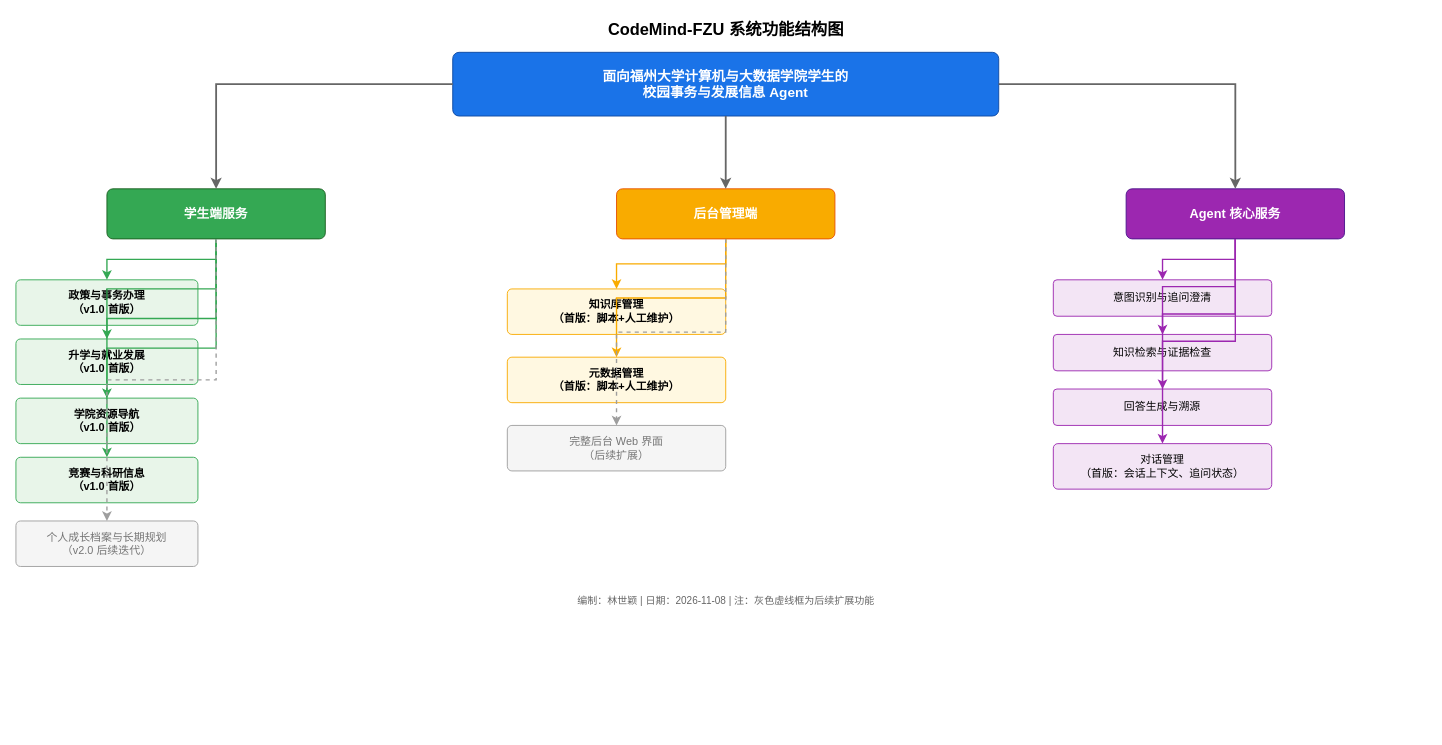
Before: docs/assignment-02/system-design/diagrams/function/系统功能结构图_林世颖.drawio in yz-Yezi-Genm/CodeMind-FZU, a draw.io diagram. Source tidied: cells renumbered, new cells numbered last; positions are measured from the earlier drawing's top-left corner, leaving out a move shared by most shapes. Both pictures are drawn from the tidied source at 91%, with x=0, y=0 at pixel (15, 15).
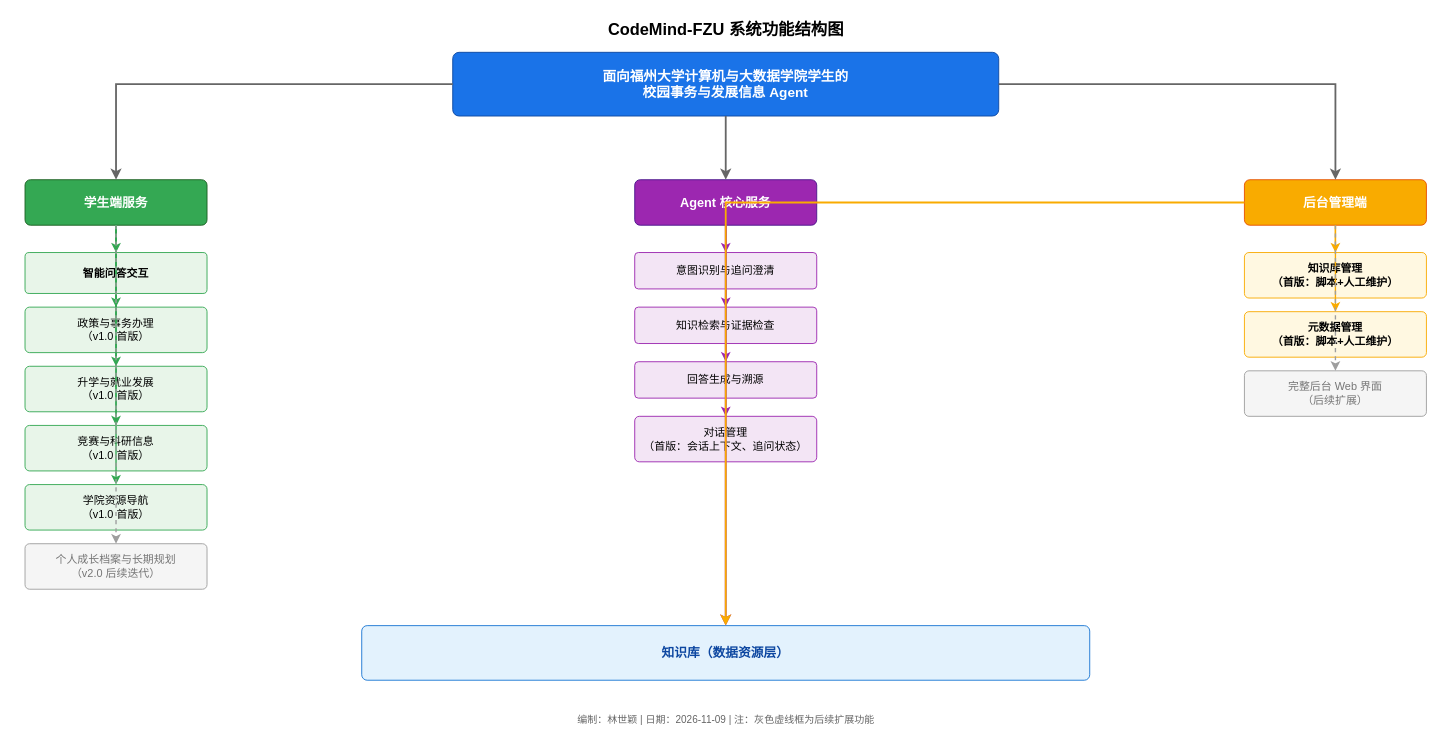
After the change.

Commit message:
docs: 更新功能结构图及模块职责说明

Unchanged cells that the change refers to:
```xml
<mxCell id="3" value="面向福州大学计算机与大数据学院学生的&#10;校园事务与发展信息 Agent" style="rounded=1;whiteSpace=wrap;html=1;fillColor=#1a73e8;strokeColor=#0d47a1;fontColor=#ffffff;fontSize=15;fontStyle=1;arcSize=10;" parent="1" vertex="1">
  <mxGeometry x="480" y="40" width="600" height="70" as="geometry" />
</mxCell>
```

The edit, as a diff of the source:
```diff
@@
     <mxCell id="4" value="学生端服务" style="rounded=1;whiteSpace=wrap;html=1;fillColor=#34a853;strokeColor=#1b5e20;fontColor=#ffffff;fontSize=14;fontStyle=1;arcSize=12;" parent="1" vertex="1">
-      <mxGeometry x="100" y="190" width="240" height="55" as="geometry" />
+      <mxGeometry x="10" y="180" width="200" height="50" as="geometry" />
     </mxCell>
+    <mxCell id="6" value="Agent 核心服务" style="rounded=1;whiteSpace=wrap;html=1;fillColor=#9c27b0;strokeColor=#4a148c;fontColor=#ffffff;fontSize=14;fontStyle=1;arcSize=12;" parent="1" vertex="1">
+      <mxGeometry x="680" y="180" width="200" height="50" as="geometry" />
+    </mxCell>
     <mxCell id="5" value="后台管理端" style="rounded=1;whiteSpace=wrap;html=1;fillColor=#f9ab00;strokeColor=#e65100;fontColor=#ffffff;fontSize=14;fontStyle=1;arcSize=12;" parent="1" vertex="1">
-      <mxGeometry x="660" y="190" width="240" height="55" as="geometry" />
+      <mxGeometry x="1350" y="180" width="200" height="50" as="geometry" />
     </mxCell>
-    <mxCell id="6" value="Agent 核心服务" style="rounded=1;whiteSpace=wrap;html=1;fillColor=#9c27b0;strokeColor=#4a148c;fontColor=#ffffff;fontSize=14;fontStyle=1;arcSize=12;" parent="1" vertex="1">
-      <mxGeometry x="1220" y="190" width="240" height="55" as="geometry" />
-    </mxCell>
@@
-    <mxCell id="8" style="edgeStyle=orthogonalEdgeStyle;rounded=0;jettySize=auto;html=1;strokeColor=#666666;strokeWidth=2;" parent="1" edge="1" source="3" target="5">
+    <mxCell id="8" style="edgeStyle=orthogonalEdgeStyle;rounded=0;jettySize=auto;html=1;strokeColor=#666666;strokeWidth=2;" parent="1" edge="1" source="3" target="6">
       <mxGeometry relative="1" as="geometry" />
     </mxCell>
-    <mxCell id="9" style="edgeStyle=orthogonalEdgeStyle;rounded=0;jettySize=auto;html=1;strokeColor=#666666;strokeWidth=2;" parent="1" edge="1" source="3" target="6">
+    <mxCell id="9" style="edgeStyle=orthogonalEdgeStyle;rounded=0;jettySize=auto;html=1;strokeColor=#666666;strokeWidth=2;" parent="1" edge="1" source="3" target="5">
       <mxGeometry relative="1" as="geometry" />
     </mxCell>
-    <mxCell id="10" value="政策与事务办理&#10;（v1.0 首版）" style="rounded=1;whiteSpace=wrap;html=1;fillColor=#e8f5e9;strokeColor=#34a853;fontSize=12;arcSize=10;fontStyle=1;" parent="1" vertex="1">
-      <mxGeometry y="290" width="200" height="50" as="geometry" />
+    <mxCell id="10" value="智能问答交互" style="rounded=1;whiteSpace=wrap;html=1;fillColor=#e8f5e9;strokeColor=#34a853;fontSize=12;arcSize=10;fontStyle=1;" parent="1" vertex="1">
+      <mxGeometry x="10" y="260" width="200" height="45" as="geometry" />
     </mxCell>
-    <mxCell id="11" value="升学与就业发展&#10;（v1.0 首版）" style="rounded=1;whiteSpace=wrap;html=1;fillColor=#e8f5e9;strokeColor=#34a853;fontSize=12;arcSize=10;fontStyle=1;" parent="1" vertex="1">
-      <mxGeometry y="355" width="200" height="50" as="geometry" />
+    <mxCell id="11" value="政策与事务办理&#10;（v1.0 首版）" style="rounded=1;whiteSpace=wrap;html=1;fillColor=#e8f5e9;strokeColor=#34a853;fontSize=12;arcSize=10;" parent="1" vertex="1">
+      <mxGeometry x="10" y="320" width="200" height="50" as="geometry" />
     </mxCell>
-    <mxCell id="12" value="学院资源导航&#10;（v1.0 首版）" style="rounded=1;whiteSpace=wrap;html=1;fillColor=#e8f5e9;strokeColor=#34a853;fontSize=12;arcSize=10;fontStyle=1;" parent="1" vertex="1">
-      <mxGeometry y="420" width="200" height="50" as="geometry" />
+    <mxCell id="12" value="升学与就业发展&#10;（v1.0 首版）" style="rounded=1;whiteSpace=wrap;html=1;fillColor=#e8f5e9;strokeColor=#34a853;fontSize=12;arcSize=10;" parent="1" vertex="1">
+      <mxGeometry x="10" y="385" width="200" height="50" as="geometry" />
     </mxCell>
-    <mxCell id="13" value="竞赛与科研信息&#10;（v1.0 首版）" style="rounded=1;whiteSpace=wrap;html=1;fillColor=#e8f5e9;strokeColor=#34a853;fontSize=12;arcSize=10;fontStyle=1;" parent="1" vertex="1">
-      <mxGeometry y="485" width="200" height="50" as="geometry" />
+    <mxCell id="13" value="竞赛与科研信息&#10;（v1.0 首版）" style="rounded=1;whiteSpace=wrap;html=1;fillColor=#e8f5e9;strokeColor=#34a853;fontSize=12;arcSize=10;" parent="1" vertex="1">
+      <mxGeometry x="10" y="450" width="200" height="50" as="geometry" />
     </mxCell>
-    <mxCell id="14" value="个人成长档案与长期规划&#10;（v2.0 后续迭代）" style="rounded=1;whiteSpace=wrap;html=1;fillColor=#f5f5f5;strokeColor=#9e9e9e;fontSize=12;arcSize=10;fontColor=#757575;" parent="1" vertex="1">
-      <mxGeometry y="555" width="200" height="50" as="geometry" />
+    <mxCell id="14" value="学院资源导航&#10;（v1.0 首版）" style="rounded=1;whiteSpace=wrap;html=1;fillColor=#e8f5e9;strokeColor=#34a853;fontSize=12;arcSize=10;" parent="1" vertex="1">
+      <mxGeometry x="10" y="515" width="200" height="50" as="geometry" />
     </mxCell>
+    <mxCell id="35" value="个人成长档案与长期规划&#10;（v2.0 后续迭代）" style="rounded=1;whiteSpace=wrap;html=1;fillColor=#f5f5f5;strokeColor=#9e9e9e;fontSize=12;arcSize=10;fontColor=#757575;" parent="1" vertex="1">
+      <mxGeometry x="10" y="580" width="200" height="50" as="geometry" />
+    </mxCell>
@@
-    <mxCell id="19" style="edgeStyle=orthogonalEdgeStyle;rounded=0;jettySize=auto;html=1;strokeColor=#9e9e9e;strokeWidth=1.5;dashed=1;" parent="1" edge="1" source="4" target="14">
+    <mxCell id="19" style="edgeStyle=orthogonalEdgeStyle;rounded=0;jettySize=auto;html=1;strokeColor=#34a853;strokeWidth=1.5;" parent="1" edge="1" source="4" target="14">
       <mxGeometry relative="1" as="geometry" />
     </mxCell>
-    <mxCell id="20" value="知识库管理&#10;（首版：脚本+人工维护）" style="rounded=1;whiteSpace=wrap;html=1;fillColor=#fff8e1;strokeColor=#f9ab00;fontSize=12;arcSize=10;fontStyle=1;" parent="1" vertex="1">
-      <mxGeometry x="540" y="300" width="240" height="50" as="geometry" />
-    </mxCell>
-    <mxCell id="21" value="元数据管理&#10;（首版：脚本+人工维护）" style="rounded=1;whiteSpace=wrap;html=1;fillColor=#fff8e1;strokeColor=#f9ab00;fontSize=12;arcSize=10;fontStyle=1;" parent="1" vertex="1">
-      <mxGeometry x="540" y="375" width="240" height="50" as="geometry" />
-    </mxCell>
-    <mxCell id="22" value="完整后台 Web 界面&#10;（后续扩展）" style="rounded=1;whiteSpace=wrap;html=1;fillColor=#f5f5f5;strokeColor=#9e9e9e;fontSize=12;arcSize=10;fontColor=#757575;" parent="1" vertex="1">
-      <mxGeometry x="540" y="450" width="240" height="50" as="geometry" />
-    </mxCell>
-    <mxCell id="23" style="edgeStyle=orthogonalEdgeStyle;rounded=0;jettySize=auto;html=1;strokeColor=#f9ab00;strokeWidth=1.5;" parent="1" edge="1" source="5" target="20">
-      <mxGeometry relative="1" as="geometry" />
-    </mxCell>
-    <mxCell id="24" style="edgeStyle=orthogonalEdgeStyle;rounded=0;jettySize=auto;html=1;strokeColor=#f9ab00;strokeWidth=1.5;" parent="1" edge="1" source="5" target="21">
-      <mxGeometry relative="1" as="geometry" />
-    </mxCell>
-    <mxCell id="25" style="edgeStyle=orthogonalEdgeStyle;rounded=0;jettySize=auto;html=1;strokeColor=#9e9e9e;strokeWidth=1.5;dashed=1;" parent="1" edge="1" source="5" target="22">
-      <mxGeometry relative="1" as="geometry" />
-    </mxCell>
+    <mxCell id="36" style="edgeStyle=orthogonalEdgeStyle;rounded=0;jettySize=auto;html=1;strokeColor=#9e9e9e;strokeWidth=1.5;dashed=1;" parent="1" edge="1" source="4" target="35">
+      <mxGeometry relative="1" as="geometry" />
+    </mxCell>
     <mxCell id="26" value="意图识别与追问澄清" style="rounded=1;whiteSpace=wrap;html=1;fillColor=#f3e5f5;strokeColor=#9c27b0;fontSize=12;arcSize=10;" parent="1" vertex="1">
-      <mxGeometry x="1140" y="290" width="240" height="40" as="geometry" />
+      <mxGeometry x="680" y="260" width="200" height="40" as="geometry" />
     </mxCell>
     <mxCell id="27" value="知识检索与证据检查" style="rounded=1;whiteSpace=wrap;html=1;fillColor=#f3e5f5;strokeColor=#9c27b0;fontSize=12;arcSize=10;" parent="1" vertex="1">
-      <mxGeometry x="1140" y="350" width="240" height="40" as="geometry" />
+      <mxGeometry x="680" y="320" width="200" height="40" as="geometry" />
     </mxCell>
     <mxCell id="28" value="回答生成与溯源" style="rounded=1;whiteSpace=wrap;html=1;fillColor=#f3e5f5;strokeColor=#9c27b0;fontSize=12;arcSize=10;" parent="1" vertex="1">
-      <mxGeometry x="1140" y="410" width="240" height="40" as="geometry" />
+      <mxGeometry x="680" y="380" width="200" height="40" as="geometry" />
     </mxCell>
     <mxCell id="29" value="对话管理&#10;（首版：会话上下文、追问状态）" style="rounded=1;whiteSpace=wrap;html=1;fillColor=#f3e5f5;strokeColor=#9c27b0;fontSize=12;arcSize=10;" parent="1" vertex="1">
-      <mxGeometry x="1140" y="470" width="240" height="50" as="geometry" />
+      <mxGeometry x="680" y="440" width="200" height="50" as="geometry" />
     </mxCell>
@@
+    <mxCell id="20" value="知识库管理&#10;（首版：脚本+人工维护）" style="rounded=1;whiteSpace=wrap;html=1;fillColor=#fff8e1;strokeColor=#f9ab00;fontSize=12;arcSize=10;fontStyle=1;" parent="1" vertex="1">
+      <mxGeometry x="1350" y="260" width="200" height="50" as="geometry" />
+    </mxCell>
+    <mxCell id="21" value="元数据管理&#10;（首版：脚本+人工维护）" style="rounded=1;whiteSpace=wrap;html=1;fillColor=#fff8e1;strokeColor=#f9ab00;fontSize=12;arcSize=10;fontStyle=1;" parent="1" vertex="1">
+      <mxGeometry x="1350" y="325" width="200" height="50" as="geometry" />
+    </mxCell>
+    <mxCell id="22" value="完整后台 Web 界面&#10;（后续扩展）" style="rounded=1;whiteSpace=wrap;html=1;fillColor=#f5f5f5;strokeColor=#9e9e9e;fontSize=12;arcSize=10;fontColor=#757575;" parent="1" vertex="1">
+      <mxGeometry x="1350" y="390" width="200" height="50" as="geometry" />
+    </mxCell>
+    <mxCell id="23" style="edgeStyle=orthogonalEdgeStyle;rounded=0;jettySize=auto;html=1;strokeColor=#f9ab00;strokeWidth=1.5;" parent="1" edge="1" source="5" target="20">
+      <mxGeometry relative="1" as="geometry" />
+    </mxCell>
+    <mxCell id="24" style="edgeStyle=orthogonalEdgeStyle;rounded=0;jettySize=auto;html=1;strokeColor=#f9ab00;strokeWidth=1.5;" parent="1" edge="1" source="5" target="21">
+      <mxGeometry relative="1" as="geometry" />
+    </mxCell>
+    <mxCell id="25" style="edgeStyle=orthogonalEdgeStyle;rounded=0;jettySize=auto;html=1;strokeColor=#9e9e9e;strokeWidth=1.5;dashed=1;" parent="1" edge="1" source="5" target="22">
+      <mxGeometry relative="1" as="geometry" />
+    </mxCell>
+    <mxCell id="37" value="知识库（数据资源层）" style="rounded=1;whiteSpace=wrap;html=1;fillColor=#e3f2fd;strokeColor=#1976d2;fontColor=#0d47a1;fontSize=14;fontStyle=1;arcSize=10;" parent="1" vertex="1">
+      <mxGeometry x="380" y="670" width="800" height="60" as="geometry" />
+    </mxCell>
+    <mxCell id="38" style="edgeStyle=orthogonalEdgeStyle;rounded=0;jettySize=auto;html=1;strokeColor=#9c27b0;strokeWidth=2;" parent="1" edge="1" source="6" target="37">
+      <mxGeometry relative="1" as="geometry" />
+    </mxCell>
+    <mxCell id="39" style="edgeStyle=orthogonalEdgeStyle;rounded=0;jettySize=auto;html=1;strokeColor=#f9ab00;strokeWidth=2;" parent="1" edge="1" source="5" target="37">
+      <mxGeometry relative="1" as="geometry" />
+    </mxCell>
-    <mxCell id="34" value="编制：林世颖 | 日期：2026-11-08 | 注：灰色虚线框为后续扩展功能" style="text;html=1;align=center;verticalAlign=middle;fontSize=11;fontColor=#666666;fillColor=none;strokeColor=none;" parent="1" vertex="1">
-      <mxGeometry x="380" y="630" width="800" height="25" as="geometry" />
+    <mxCell id="34" value="编制：林世颖 | 日期：2026-11-09 | 注：灰色虚线框为后续扩展功能" style="text;html=1;align=center;verticalAlign=middle;fontSize=11;fontColor=#666666;fillColor=none;strokeColor=none;" parent="1" vertex="1">
+      <mxGeometry x="380" y="760" width="800" height="25" as="geometry" />
     </mxCell>
```
